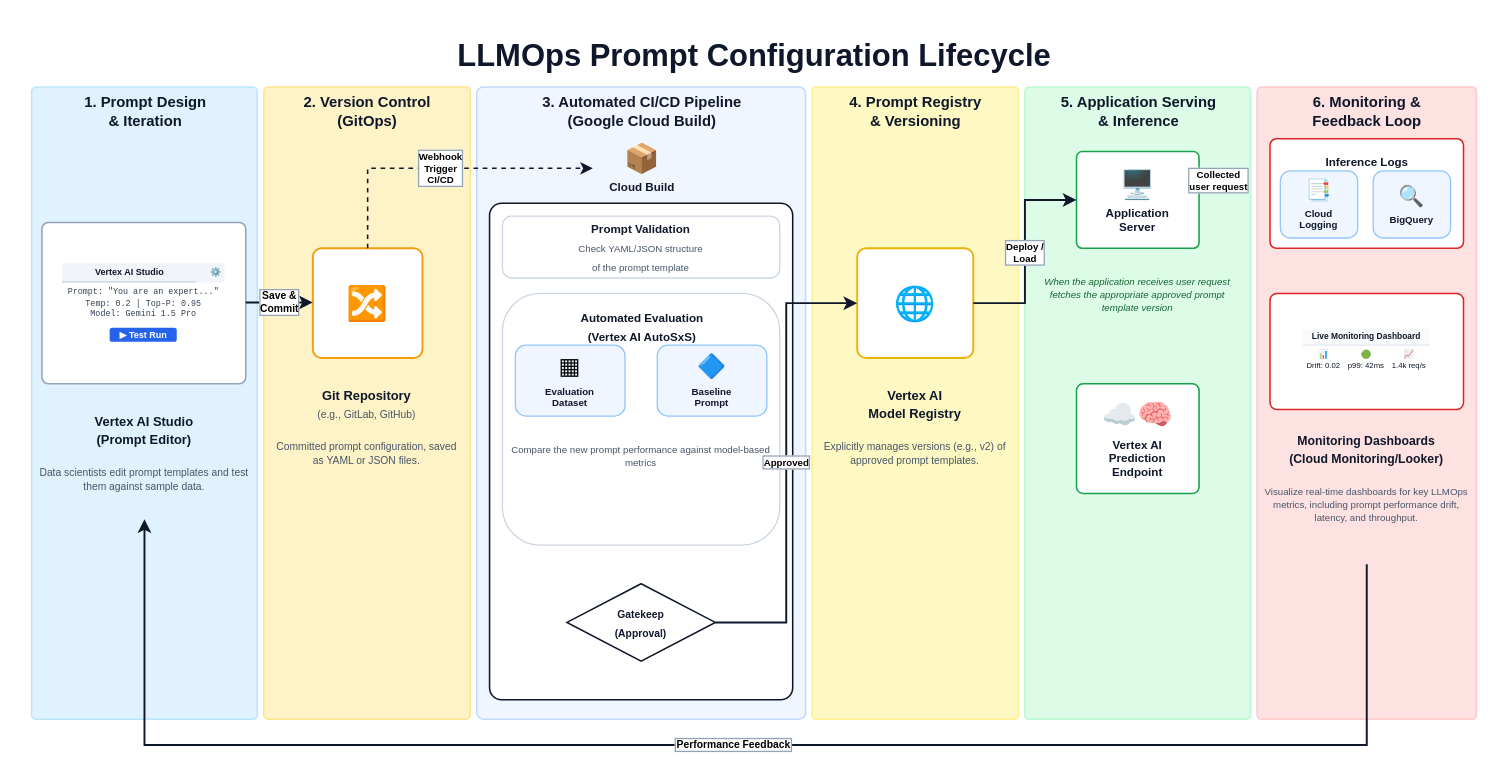
Before: templates/master_blueprints/xml/P5-AI-P-07_tech_llmops_lifecycle.drawio.xml in nitinaggarwal-12/PromptCanvas, a draw.io diagram. Source tidied: cells renumbered, new cells numbered last; positions are measured from the earlier drawing's top-left corner, leaving out a move shared by most shapes. Both pictures are drawn from the tidied source at 129%, with x=0, y=0 at pixel (31, 31).
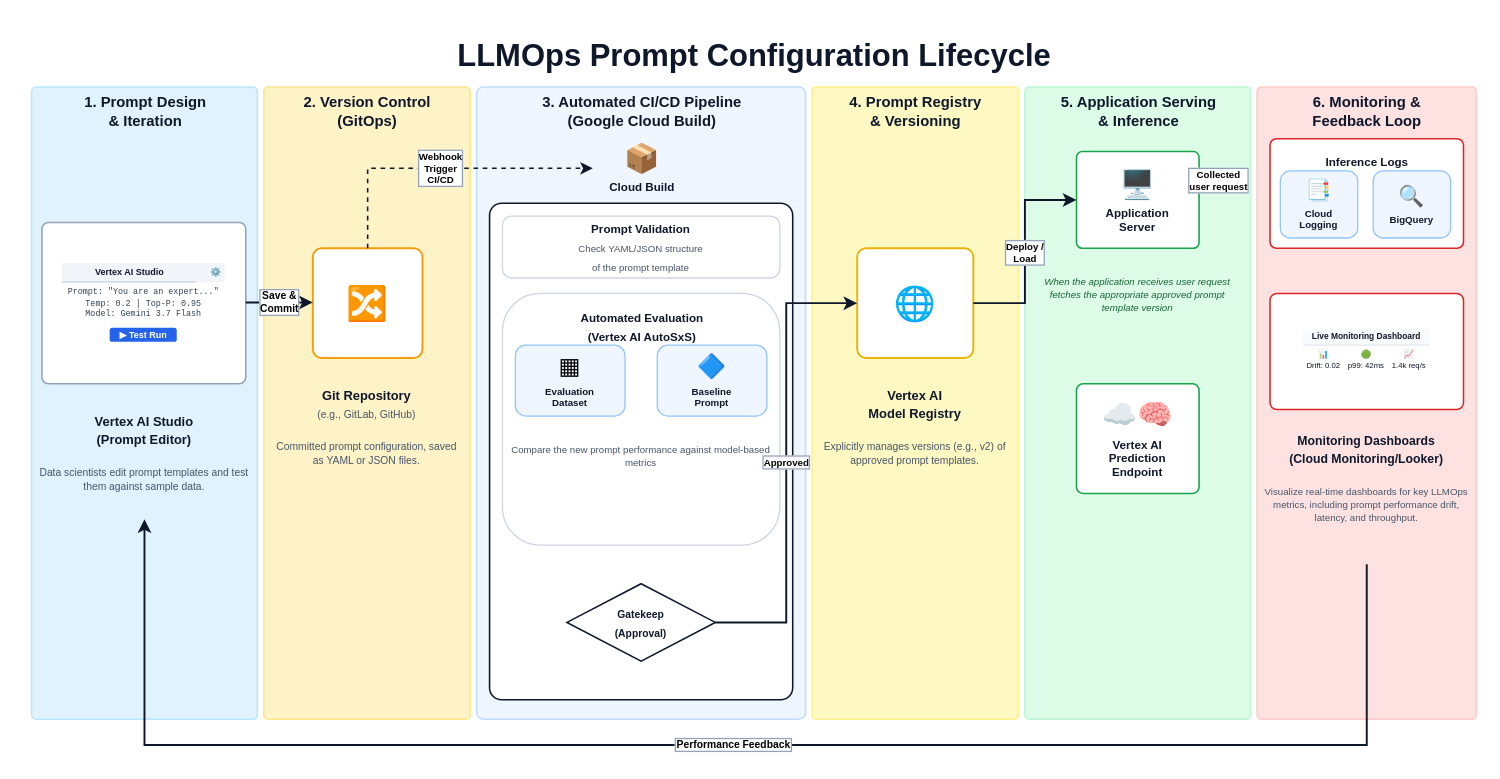
After the change.

Change to the diagram source:
```diff
@@
-    <mxCell id="5" value="&lt;table style=&quot;width:100%;border-collapse:collapse;font-size:7px;color:#0F172A;&quot;&gt;&lt;tr style=&quot;background:#F1F5F9;&quot;&gt;&lt;td style=&quot;padding:3px 4px;font-weight:bold;border-bottom:1px solid #CBD5E1;&quot;&gt;Vertex AI Studio&lt;/td&gt;&lt;td style=&quot;text-align:right;padding:2px;&quot;&gt;⚙️&lt;/td&gt;&lt;/tr&gt;&lt;tr&gt;&lt;td colspan=&quot;2&quot; style=&quot;padding:4px;font-family:monospace;font-size:6.5px;color:#334155;line-height:1.3;&quot;&gt;Prompt: &quot;You are an expert...&quot;&lt;br&gt;Temp: 0.2 | Top-P: 0.95&lt;br&gt;Model: Gemini 1.5 Pro&lt;/td&gt;&lt;/tr&gt;&lt;tr&gt;&lt;td colspan=&quot;2&quot; style=&quot;text-align:center;padding:3px;&quot;&gt;&lt;span style=&quot;background:#2563EB;color:white;padding:2px 8px;border-radius:2px;font-size:7px;font-weight:bold;&quot;&gt;▶ Test Run&lt;/span&gt;&lt;/td&gt;&lt;/tr&gt;&lt;/table&gt;" style="rounded=1;arcSize=4;whiteSpace=wrap;html=1;fillColor=#FFFFFF;strokeColor=#94A3B8;strokeWidth=1.2;align=center;verticalAlign=middle;padding=2;" parent="1" vertex="1">
+    <mxCell id="5" value="&lt;table style=&quot;width:100%;border-collapse:collapse;font-size:7px;color:#0F172A;&quot;&gt;&lt;tr style=&quot;background:#F1F5F9;&quot;&gt;&lt;td style=&quot;padding:3px 4px;font-weight:bold;border-bottom:1px solid #CBD5E1;&quot;&gt;Vertex AI Studio&lt;/td&gt;&lt;td style=&quot;text-align:right;padding:2px;&quot;&gt;⚙️&lt;/td&gt;&lt;/tr&gt;&lt;tr&gt;&lt;td colspan=&quot;2&quot; style=&quot;padding:4px;font-family:monospace;font-size:6.5px;color:#334155;line-height:1.3;&quot;&gt;Prompt: &quot;You are an expert...&quot;&lt;br&gt;Temp: 0.2 | Top-P: 0.95&lt;br&gt;Model: Gemini 3.7 Flash&lt;/td&gt;&lt;/tr&gt;&lt;tr&gt;&lt;td colspan=&quot;2&quot; style=&quot;text-align:center;padding:3px;&quot;&gt;&lt;span style=&quot;background:#2563EB;color:white;padding:2px 8px;border-radius:2px;font-size:7px;font-weight:bold;&quot;&gt;▶ Test Run&lt;/span&gt;&lt;/td&gt;&lt;/tr&gt;&lt;/table&gt;" style="rounded=1;arcSize=4;whiteSpace=wrap;html=1;fillColor=#FFFFFF;strokeColor=#94A3B8;strokeWidth=1.2;align=center;verticalAlign=middle;padding=2;" parent="1" vertex="1">
       <mxGeometry x="8" y="148" width="158" height="125" as="geometry" />
     </mxCell>
```
